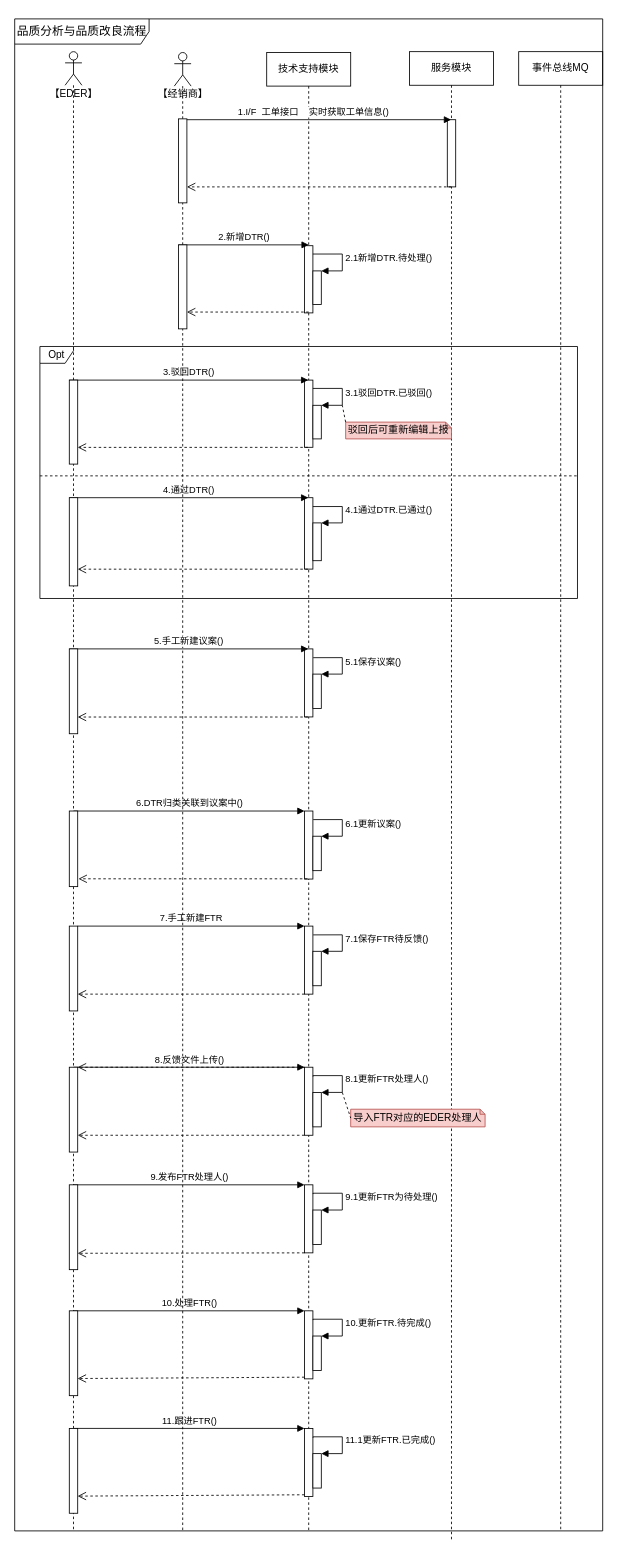
The draw.io diagram page "品质分析与品质改良流程" (6 of 7) of images/DTR时序图.drawio in 1132489442/designer, before the edit. Source tidied: cells renumbered, new cells numbered last; positions are measured from the earlier drawing's top-left corner, leaving out a move shared by most shapes. Both pictures are drawn from the tidied source at 84%, with x=0, y=0 at pixel (14, 18).
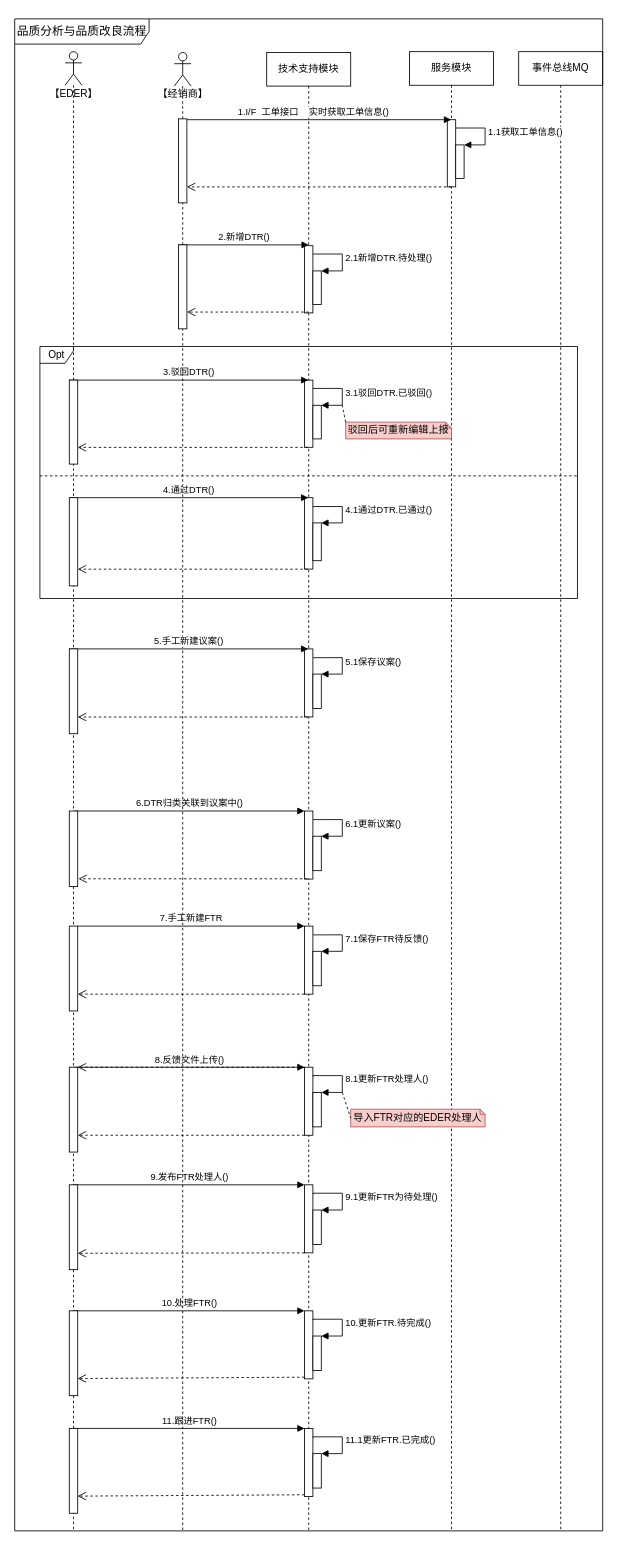
The same diagram, later.

Commit message:
更新DTR时序图.drawio

Diff of the diagram source:
```diff
@@
     <mxCell id="13" value="服务模块" style="shape=umlLifeline;perimeter=lifelinePerimeter;whiteSpace=wrap;html=1;outlineConnect=0;" parent="1" vertex="1">
-      <mxGeometry x="470" y="39" width="100" height="1771" as="geometry" />
+      <mxGeometry x="470" y="39" width="100" height="1761" as="geometry" />
     </mxCell>
@@
+    <mxCell id="81" style="html=1;points=[];perimeter=orthogonalPerimeter;" parent="1" vertex="1">
+      <mxGeometry x="525" y="150" width="10" height="40" as="geometry" />
+    </mxCell>
+    <mxCell id="82" value="1.1获取工单信息()" style="edgeStyle=orthogonalEdgeStyle;html=1;align=left;spacingLeft=2;endArrow=block;rounded=0;entryX=1;entryY=0;exitX=0.998;exitY=0.124;exitDx=0;exitDy=0;exitPerimeter=0;" parent="1" edge="1" target="81">
+      <mxGeometry relative="1" as="geometry">
+        <mxPoint x="525" y="129.9" as="sourcePoint" />
+        <Array as="points">
+          <mxPoint x="560" y="130" />
+          <mxPoint x="560" y="150" />
+        </Array>
+      </mxGeometry>
+    </mxCell>
```
